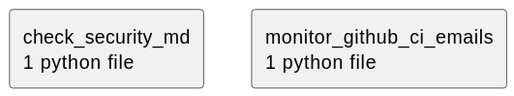
This is docs/diagrams/python-packages.puml.svg from casonk/traction-control, a PlantUML export, as it was before one commit. Its diagram source:
```plantuml
@startuml
set namespaceSeparator none
top to bottom direction
skinparam componentStyle rectangle
rectangle "check_security_md\n1 python file" as check_security_md
rectangle "monitor_github_ci_emails\n1 python file" as monitor_github_ci_emails
@enduml
```
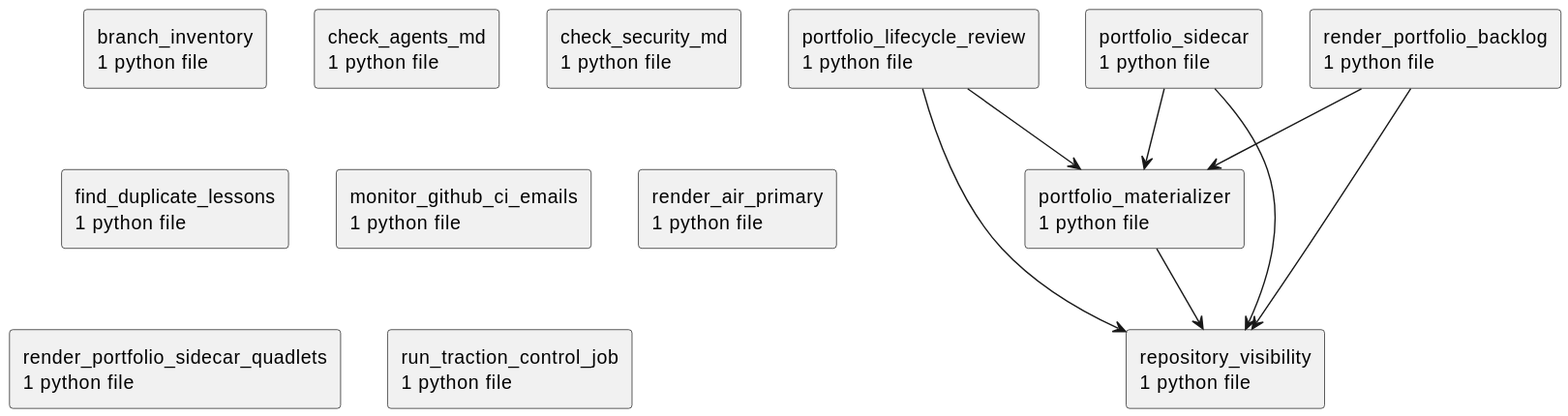
The same file after the commit.

Change to the diagram source:
```diff
@@ -2,6 +2,24 @@
 set namespaceSeparator none
 top to bottom direction
 skinparam componentStyle rectangle
+rectangle "branch_inventory\n1 python file" as branch_inventory
+rectangle "check_agents_md\n1 python file" as check_agents_md
 rectangle "check_security_md\n1 python file" as check_security_md
+rectangle "find_duplicate_lessons\n1 python file" as find_duplicate_lessons
 rectangle "monitor_github_ci_emails\n1 python file" as monitor_github_ci_emails
+rectangle "portfolio_lifecycle_review\n1 python file" as portfolio_lifecycle_review
+rectangle "portfolio_materializer\n1 python file" as portfolio_materializer
+rectangle "portfolio_sidecar\n1 python file" as portfolio_sidecar
+rectangle "render_air_primary\n1 python file" as render_air_primary
+rectangle "render_portfolio_backlog\n1 python file" as render_portfolio_backlog
+rectangle "render_portfolio_sidecar_quadlets\n1 python file" as render_portfolio_sidecar_quadlets
+rectangle "repository_visibility\n1 python file" as repository_visibility
+rectangle "run_traction_control_job\n1 python file" as run_traction_control_job
+portfolio_lifecycle_review --> portfolio_materializer
+portfolio_lifecycle_review --> repository_visibility
+portfolio_materializer --> repository_visibility
+portfolio_sidecar --> portfolio_materializer
+portfolio_sidecar --> repository_visibility
+render_portfolio_backlog --> portfolio_materializer
+render_portfolio_backlog --> repository_visibility
 @enduml
```
